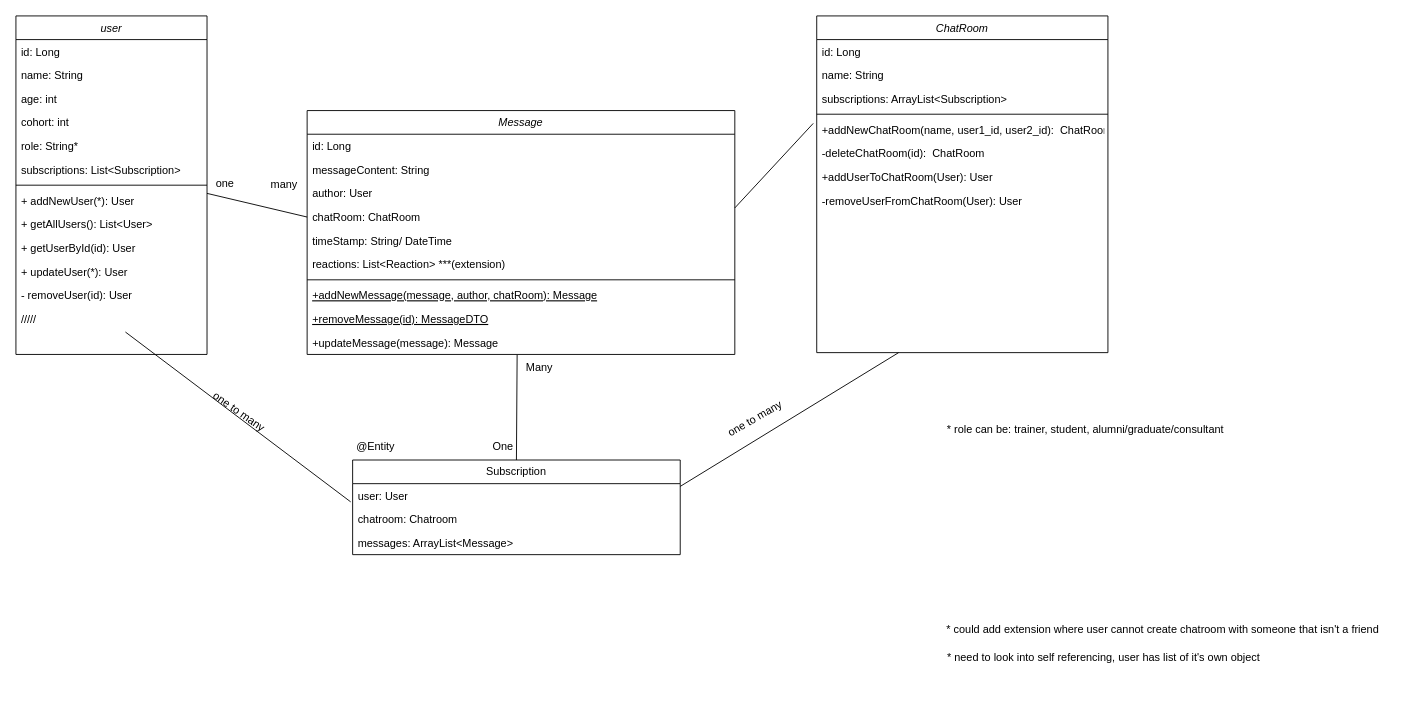
Before: ProjectClassDiagram.drawio in anniewils97/TheBrightNetwork, a draw.io diagram. Source tidied: cells renumbered, new cells numbered last; positions are measured from the earlier drawing's top-left corner, leaving out a move shared by most shapes. Both pictures are drawn from the tidied source at 91%, with x=0, y=0 at pixel (15, 15).
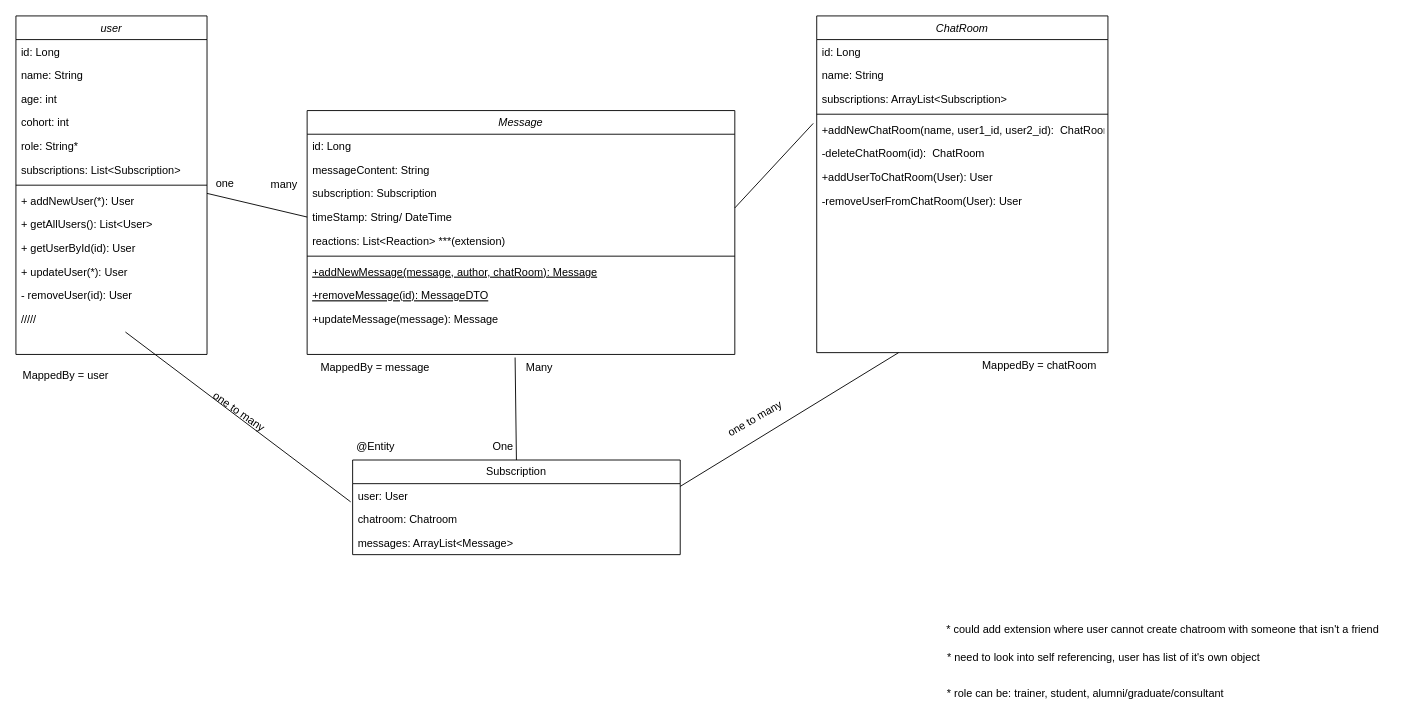
The same page after the edit.

The change refers to these unchanged cells:
```xml
<mxCell id="16" value="Message" style="swimlane;fontStyle=2;align=center;verticalAlign=top;horizontal=1;startSize=26;rounded=0;shadow=0;strokeWidth=1;" parent="1" vertex="1">
  <mxGeometry x="320" y="104" width="470" height="268" as="geometry" />
</mxCell>
<mxCell id="42" value="Subscription" style="swimlane;fontStyle=0;horizontal=1;startSize=26;fillColor=none;whiteSpace=wrap;html=1;" parent="1" vertex="1">
  <mxGeometry x="370" y="488" width="360" height="104" as="geometry" />
</mxCell>
<mxCell id="53" value="Many" style="text;html=1;align=center;verticalAlign=middle;points=[];strokeColor=none;fillColor=none;" parent="1" vertex="1">
  <mxGeometry x="550" y="372" width="50" height="30" as="geometry" />
</mxCell>
```

Diff of the diagram source:
```diff
@@
-    <mxCell id="19" value="author: User" style="text;align=left;verticalAlign=top;spacingLeft=4;spacingRight=4;overflow=hidden;rounded=0;shadow=0;html=0;" parent="16" vertex="1">
+    <mxCell id="19" value="subscription: Subscription" style="text;align=left;verticalAlign=top;spacingLeft=4;spacingRight=4;overflow=hidden;rounded=0;shadow=0;html=0;" parent="16" vertex="1">
       <mxGeometry y="78" width="470" height="26" as="geometry" />
     </mxCell>
-    <mxCell id="20" value="chatRoom: ChatRoom" style="text;align=left;verticalAlign=top;spacingLeft=4;spacingRight=4;overflow=hidden;points=[[0,0.5],[1,0.5]];portConstraint=eastwest;rounded=0;shadow=0;html=0;" parent="16" vertex="1">
-      <mxGeometry y="104" width="470" height="26" as="geometry" />
-    </mxCell>
     <mxCell id="21" value="timeStamp: String/ DateTime" style="text;align=left;verticalAlign=top;spacingLeft=4;spacingRight=4;overflow=hidden;rounded=0;shadow=0;html=0;" parent="16" vertex="1">
-      <mxGeometry y="130" width="470" height="26" as="geometry" />
+      <mxGeometry y="104" width="470" height="26" as="geometry" />
     </mxCell>
     <mxCell id="22" value="reactions: List&lt;Reaction&gt; ***(extension)" style="text;align=left;verticalAlign=top;spacingLeft=4;spacingRight=4;overflow=hidden;rounded=0;shadow=0;html=0;" parent="16" vertex="1">
-      <mxGeometry y="156" width="470" height="26" as="geometry" />
+      <mxGeometry y="130" width="470" height="26" as="geometry" />
     </mxCell>
     <mxCell id="23" style="line;html=1;strokeWidth=1;align=left;verticalAlign=middle;spacingTop=-1;spacingLeft=3;spacingRight=3;labelPosition=right;" parent="16" vertex="1">
-      <mxGeometry y="182" width="470" height="8" as="geometry" />
+      <mxGeometry y="156" width="470" height="8" as="geometry" />
     </mxCell>
     <mxCell id="24" value="+addNewMessage(message, author, chatRoom): Message" style="text;align=left;verticalAlign=top;spacingLeft=4;spacingRight=4;overflow=hidden;fontStyle=4;" parent="16" vertex="1">
-      <mxGeometry y="190" width="470" height="26" as="geometry" />
+      <mxGeometry y="164" width="470" height="26" as="geometry" />
     </mxCell>
     <mxCell id="25" value="+removeMessage(id): MessageDTO" style="text;align=left;verticalAlign=top;spacingLeft=4;spacingRight=4;overflow=hidden;fontStyle=4;" parent="16" vertex="1">
-      <mxGeometry y="216" width="470" height="26" as="geometry" />
+      <mxGeometry y="190" width="470" height="26" as="geometry" />
     </mxCell>
     <mxCell id="26" value="+updateMessage(message): Message" style="text;align=left;verticalAlign=top;spacingLeft=4;spacingRight=4;overflow=hidden;points=[[0,0.5],[1,0.5]];portConstraint=eastwest;" parent="16" vertex="1">
-      <mxGeometry y="242" width="470" height="26" as="geometry" />
+      <mxGeometry y="216" width="470" height="26" as="geometry" />
     </mxCell>
@@
-    <mxCell id="38" style="endArrow=none;html=1;rounded=0;entryX=0;entryY=0.5;entryDx=0;entryDy=0;exitX=1;exitY=0.5;exitDx=0;exitDy=0;" parent="1" edge="1" target="20">
+    <mxCell id="38" style="endArrow=none;html=1;rounded=0;entryX=0;entryY=0.5;entryDx=0;entryDy=0;exitX=1;exitY=0.5;exitDx=0;exitDy=0;" parent="1" edge="1">
       <mxGeometry relative="1" as="geometry">
         <mxPoint x="210" y="195" as="sourcePoint" />
+        <mxPoint x="320" y="221" as="targetPoint" />
       </mxGeometry>
     </mxCell>
@@
     <mxCell id="50" value="* role can be: trainer, student, alumni/graduate/consultant&lt;br&gt;" style="text;html=1;align=center;verticalAlign=middle;strokeColor=none;fillColor=none;" parent="1" vertex="1">
-      <mxGeometry x="1010" y="440" width="330" height="30" as="geometry" />
+      <mxGeometry x="1010" y="730" width="330" height="30" as="geometry" />
     </mxCell>
-    <mxCell id="51" style="endArrow=none;html=1;rounded=0;entryX=0.491;entryY=1.02;entryDx=0;entryDy=0;entryPerimeter=0;exitX=0.5;exitY=0;exitDx=0;exitDy=0;" parent="1" edge="1" source="42" target="26">
+    <mxCell id="51" style="endArrow=none;html=1;rounded=0;entryX=-0.029;entryY=0.112;entryDx=0;entryDy=0;entryPerimeter=0;exitX=0.5;exitY=0;exitDx=0;exitDy=0;" parent="1" edge="1" source="42" target="53">
       <mxGeometry relative="1" as="geometry" />
     </mxCell>
@@
+    <mxCell id="55" value="MappedBy = user" style="text;html=1;strokeColor=none;fillColor=none;align=center;verticalAlign=middle;whiteSpace=wrap;rounded=0;" parent="1" vertex="1">
+      <mxGeometry y="380" width="110" height="30" as="geometry" />
+    </mxCell>
+    <mxCell id="56" value="MappedBy = chatRoom" style="text;html=1;strokeColor=none;fillColor=none;align=center;verticalAlign=middle;whiteSpace=wrap;rounded=0;" parent="1" vertex="1">
+      <mxGeometry x="1050" y="370" width="150" height="30" as="geometry" />
+    </mxCell>
+    <mxCell id="57" value="MappedBy = message" style="text;html=1;strokeColor=none;fillColor=none;align=center;verticalAlign=middle;whiteSpace=wrap;rounded=0;" parent="1" vertex="1">
+      <mxGeometry x="320" y="372" width="150" height="30" as="geometry" />
+    </mxCell>
```
